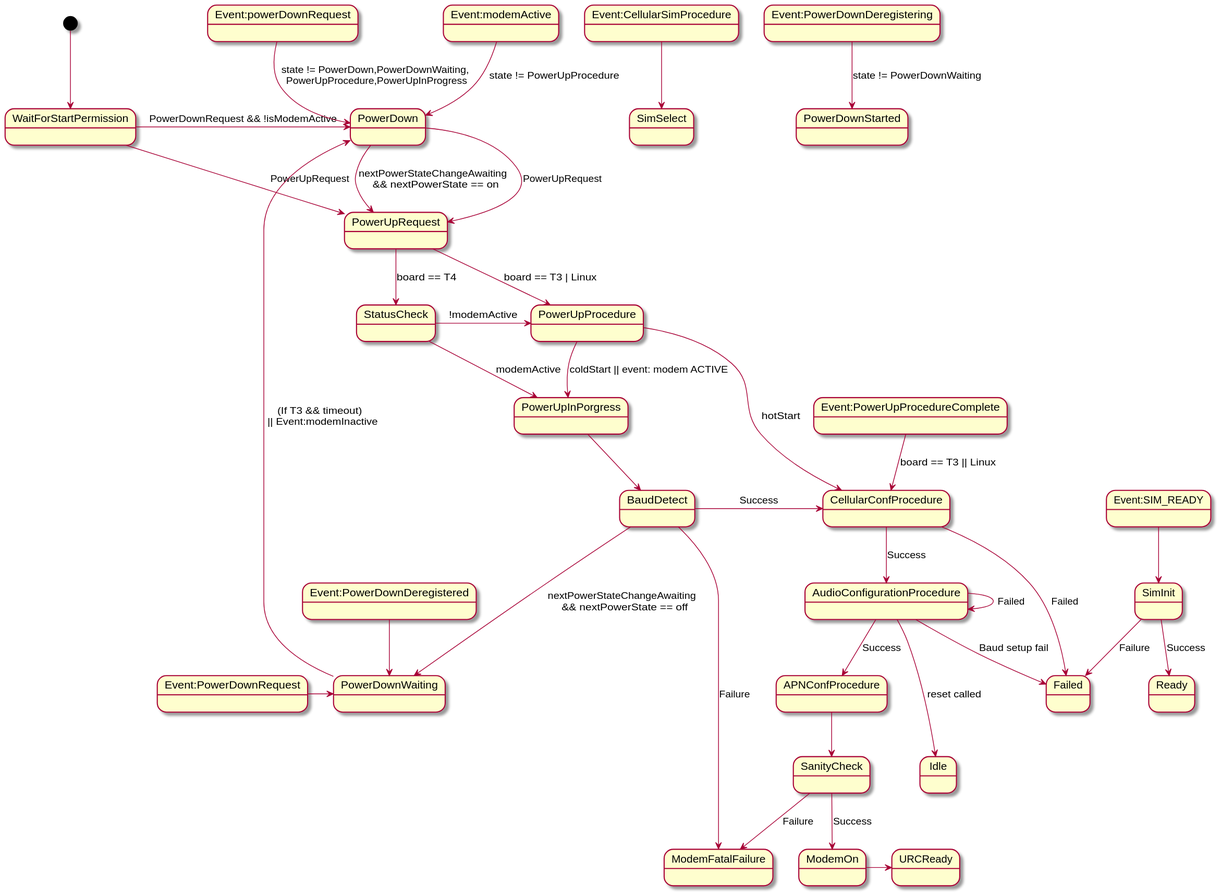
This is module-services/service-cellular/doc/cellular_state_machine.svg from mudita/MuditaOS, a PlantUML export, as it was before one commit.
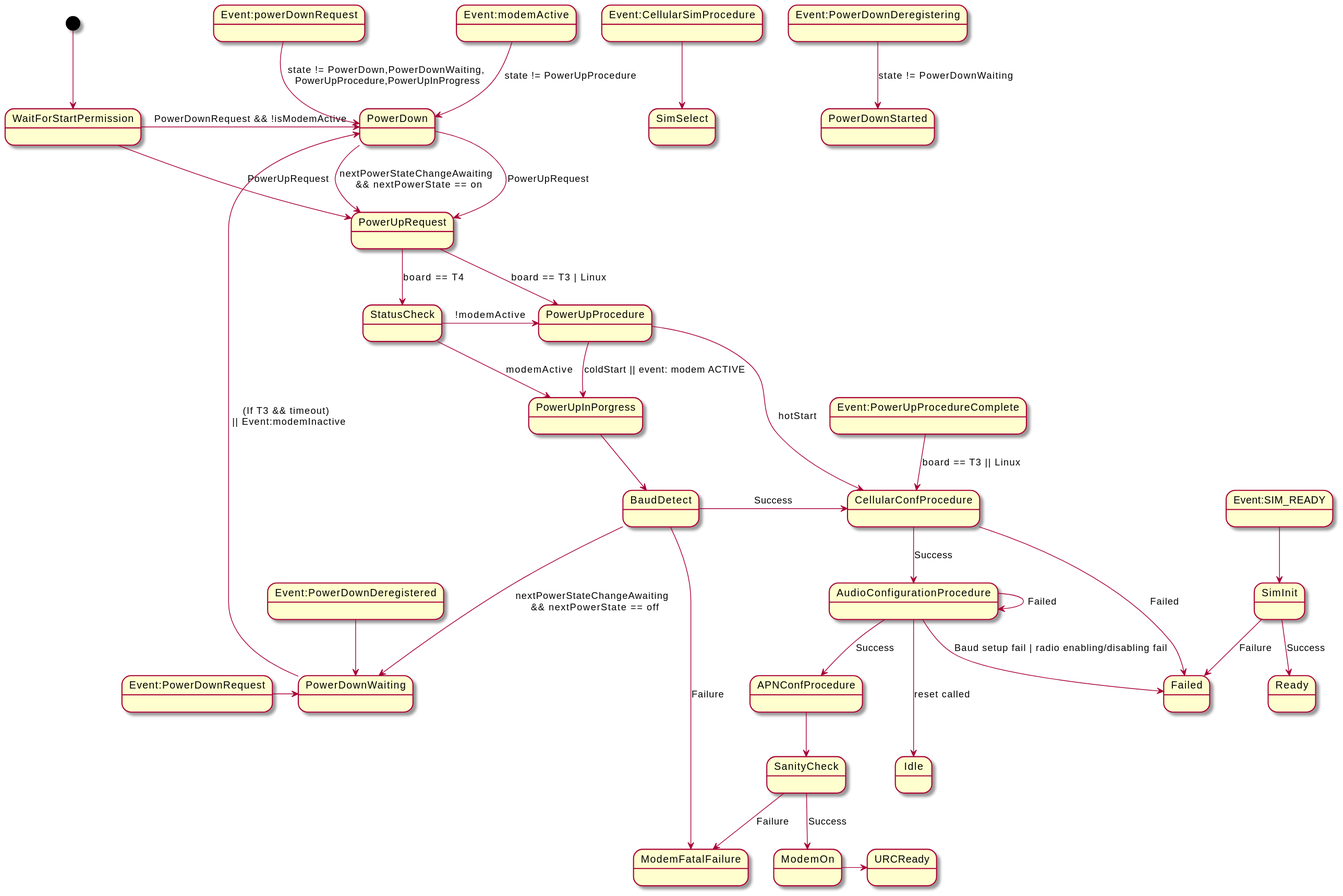
Later version of the same file.

Diff of the diagram source:
```diff
@@ -32,7 +32,7 @@
 
 AudioConfigurationProcedure -> AudioConfigurationProcedure : Failed
 
-AudioConfigurationProcedure --> Failed : Baud setup fail
+AudioConfigurationProcedure --> Failed : Baud setup fail | radio enabling/disabling fail
 
 AudioConfigurationProcedure ---> Idle : reset called
 
```
